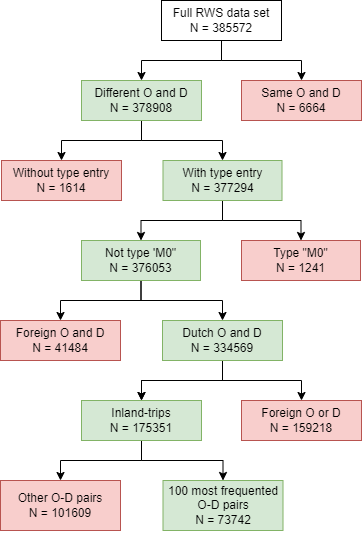
Earlier version of the draw.io export figures/Thesis document/data_selection.png.png (fabiandriessen/Thesis). Source tidied: cells renumbered, new cells last; positions are measured from the earlier drawing's top-left corner, leaving out a move shared by most shapes. The source it was exported from:
```xml
<mxGraphModel>
  <root>
    <mxCell id="0" />
    <mxCell id="1" parent="0" />
    <mxCell id="2" style="edgeStyle=orthogonalEdgeStyle;rounded=0;jettySize=auto;html=1;exitX=0.5;exitY=1;exitDx=0;exitDy=0;" parent="1" edge="1" source="4" target="16">
      <mxGeometry relative="1" as="geometry" />
    </mxCell>
    <mxCell id="3" style="edgeStyle=orthogonalEdgeStyle;rounded=0;jettySize=auto;html=1;exitX=0.5;exitY=1;exitDx=0;exitDy=0;entryX=0.5;entryY=0;entryDx=0;entryDy=0;" parent="1" edge="1" source="4" target="17">
      <mxGeometry relative="1" as="geometry" />
    </mxCell>
    <mxCell id="4" value="Full RWS data set&lt;br&gt;N = 385572" style="rounded=0;whiteSpace=wrap;html=1;" parent="1" vertex="1">
      <mxGeometry x="161" width="120" height="40" as="geometry" />
    </mxCell>
    <mxCell id="5" style="edgeStyle=orthogonalEdgeStyle;rounded=0;jettySize=auto;html=1;exitX=0.5;exitY=1;exitDx=0;exitDy=0;entryX=0.5;entryY=0;entryDx=0;entryDy=0;" parent="1" edge="1" source="7" target="23">
      <mxGeometry relative="1" as="geometry" />
    </mxCell>
    <mxCell id="6" style="edgeStyle=orthogonalEdgeStyle;rounded=0;jettySize=auto;html=1;exitX=0.5;exitY=1;exitDx=0;exitDy=0;" parent="1" edge="1" source="7" target="24">
      <mxGeometry relative="1" as="geometry" />
    </mxCell>
    <mxCell id="7" value="With type entry&lt;br&gt;N = 377294" style="rounded=0;whiteSpace=wrap;html=1;fillColor=#d5e8d4;strokeColor=#82b366;" parent="1" vertex="1">
      <mxGeometry x="162.5" y="160" width="119" height="40" as="geometry" />
    </mxCell>
    <mxCell id="8" value="Without type entry&lt;br&gt;N = 1614" style="rounded=0;whiteSpace=wrap;html=1;fillColor=#f8cecc;strokeColor=#b85450;" parent="1" vertex="1">
      <mxGeometry x="1" y="160" width="120" height="40" as="geometry" />
    </mxCell>
    <mxCell id="9" style="edgeStyle=orthogonalEdgeStyle;rounded=0;jettySize=auto;html=1;exitX=0.5;exitY=1;exitDx=0;exitDy=0;" parent="1" edge="1" source="12" target="27">
      <mxGeometry relative="1" as="geometry" />
    </mxCell>
    <mxCell id="10" style="edgeStyle=orthogonalEdgeStyle;rounded=0;jettySize=auto;html=1;exitX=0.5;exitY=1;exitDx=0;exitDy=0;entryX=0.5;entryY=0;entryDx=0;entryDy=0;" parent="1" edge="1" source="12">
      <mxGeometry relative="1" as="geometry">
        <mxPoint x="141" y="400" as="targetPoint" />
      </mxGeometry>
    </mxCell>
    <mxCell id="11" style="edgeStyle=orthogonalEdgeStyle;rounded=0;jettySize=auto;html=1;exitX=0.5;exitY=1;exitDx=0;exitDy=0;" parent="1" edge="1" source="12" target="28">
      <mxGeometry relative="1" as="geometry" />
    </mxCell>
    <mxCell id="12" value="Dutch O and D&lt;br&gt;N = 334569" style="rounded=0;whiteSpace=wrap;html=1;fillColor=#d5e8d4;strokeColor=#82b366;" parent="1" vertex="1">
      <mxGeometry x="162" y="320" width="120" height="40" as="geometry" />
    </mxCell>
    <mxCell id="13" value="Foreign O and D&lt;br&gt;N = 41484" style="rounded=0;whiteSpace=wrap;html=1;fillColor=#f8cecc;strokeColor=#b85450;" parent="1" vertex="1">
      <mxGeometry y="320" width="120" height="40" as="geometry" />
    </mxCell>
    <mxCell id="14" style="edgeStyle=orthogonalEdgeStyle;rounded=0;jettySize=auto;html=1;exitX=0.5;exitY=1;exitDx=0;exitDy=0;entryX=0.5;entryY=0;entryDx=0;entryDy=0;" parent="1" edge="1" source="16" target="8">
      <mxGeometry relative="1" as="geometry" />
    </mxCell>
    <mxCell id="15" style="edgeStyle=orthogonalEdgeStyle;rounded=0;jettySize=auto;html=1;exitX=0.5;exitY=1;exitDx=0;exitDy=0;" parent="1" edge="1" source="16" target="7">
      <mxGeometry relative="1" as="geometry" />
    </mxCell>
    <mxCell id="16" value="Different O and D&lt;br&gt;N =&amp;nbsp;378908" style="rounded=0;whiteSpace=wrap;html=1;fillColor=#d5e8d4;strokeColor=#82b366;" parent="1" vertex="1">
      <mxGeometry x="81" y="80" width="120" height="40" as="geometry" />
    </mxCell>
    <mxCell id="17" value="Same O and D&lt;br&gt;N =&amp;nbsp;6664" style="rounded=0;whiteSpace=wrap;html=1;fillColor=#f8cecc;strokeColor=#b85450;" parent="1" vertex="1">
      <mxGeometry x="241" y="80" width="120" height="40" as="geometry" />
    </mxCell>
    <mxCell id="18" value="100 most frequented O-D pairs&lt;br&gt;N =&amp;nbsp;73742" style="rounded=0;whiteSpace=wrap;html=1;fillColor=#d5e8d4;strokeColor=#82b366;" parent="1" vertex="1">
      <mxGeometry x="162.5" y="480" width="120" height="50" as="geometry" />
    </mxCell>
    <mxCell id="19" value="Other O-D pairs&lt;br&gt;N =&amp;nbsp;101609" style="rounded=0;whiteSpace=wrap;html=1;fillColor=#f8cecc;strokeColor=#b85450;" parent="1" vertex="1">
      <mxGeometry y="480" width="120" height="50" as="geometry" />
    </mxCell>
    <mxCell id="20" style="edgeStyle=orthogonalEdgeStyle;rounded=0;orthogonalLoop=1;jettySize=auto;html=1;exitX=0.5;exitY=1;exitDx=0;exitDy=0;" parent="1" edge="1" source="18" target="18">
      <mxGeometry relative="1" as="geometry" />
    </mxCell>
    <mxCell id="21" style="edgeStyle=orthogonalEdgeStyle;rounded=0;jettySize=auto;html=1;exitX=0.5;exitY=1;exitDx=0;exitDy=0;entryX=0.5;entryY=0;entryDx=0;entryDy=0;" parent="1" edge="1" source="23" target="12">
      <mxGeometry relative="1" as="geometry" />
    </mxCell>
    <mxCell id="22" style="edgeStyle=orthogonalEdgeStyle;rounded=0;jettySize=auto;html=1;exitX=0.5;exitY=1;exitDx=0;exitDy=0;entryX=0.5;entryY=0;entryDx=0;entryDy=0;" parent="1" edge="1" source="23" target="13">
      <mxGeometry relative="1" as="geometry" />
    </mxCell>
    <mxCell id="23" value="Not type 'M0&quot;&lt;br&gt;N = 376053" style="rounded=0;whiteSpace=wrap;html=1;fillColor=#d5e8d4;strokeColor=#82b366;" parent="1" vertex="1">
      <mxGeometry x="81" y="240" width="119" height="40" as="geometry" />
    </mxCell>
    <mxCell id="24" value="Type &quot;M0&quot;&lt;br&gt;N = 1241" style="rounded=0;whiteSpace=wrap;html=1;fillColor=#f8cecc;strokeColor=#b85450;" parent="1" vertex="1">
      <mxGeometry x="241" y="240" width="119" height="40" as="geometry" />
    </mxCell>
    <mxCell id="25" style="edgeStyle=orthogonalEdgeStyle;rounded=0;jettySize=auto;html=1;exitX=0.5;exitY=1;exitDx=0;exitDy=0;" parent="1" edge="1" source="27" target="19">
      <mxGeometry relative="1" as="geometry" />
    </mxCell>
    <mxCell id="26" style="edgeStyle=orthogonalEdgeStyle;rounded=0;jettySize=auto;html=1;exitX=0.5;exitY=1;exitDx=0;exitDy=0;entryX=0.5;entryY=0;entryDx=0;entryDy=0;" parent="1" edge="1" source="27" target="18">
      <mxGeometry relative="1" as="geometry" />
    </mxCell>
    <mxCell id="27" value="Inland-trips&lt;br&gt;N = 175351" style="rounded=0;whiteSpace=wrap;html=1;fillColor=#d5e8d4;strokeColor=#82b366;" parent="1" vertex="1">
      <mxGeometry x="81" y="400" width="120" height="40" as="geometry" />
    </mxCell>
    <mxCell id="28" value="Foreign O or D&lt;br&gt;N = 159218" style="rounded=0;whiteSpace=wrap;html=1;fillColor=#f8cecc;strokeColor=#b85450;" parent="1" vertex="1">
      <mxGeometry x="241" y="400" width="120" height="40" as="geometry" />
    </mxCell>
  </root>
</mxGraphModel>
```
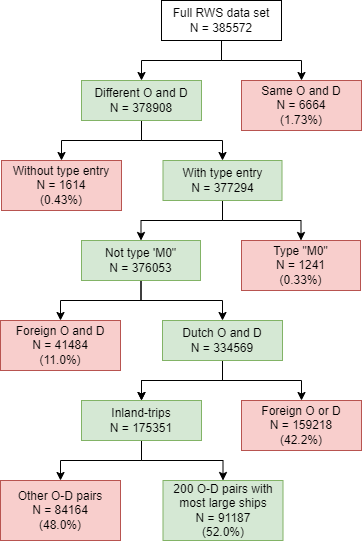
The same file after the commit.

What changed in the source:
```diff
@@ -20,8 +20,8 @@
     <mxCell id="7" value="With type entry&lt;br&gt;N = 377294" style="rounded=0;whiteSpace=wrap;html=1;fillColor=#d5e8d4;strokeColor=#82b366;" parent="1" vertex="1">
       <mxGeometry x="162.5" y="160" width="119" height="40" as="geometry" />
     </mxCell>
-    <mxCell id="8" value="Without type entry&lt;br&gt;N = 1614" style="rounded=0;whiteSpace=wrap;html=1;fillColor=#f8cecc;strokeColor=#b85450;" parent="1" vertex="1">
-      <mxGeometry x="1" y="160" width="120" height="40" as="geometry" />
+    <mxCell id="8" value="Without type entry&lt;br&gt;N = 1614&lt;br&gt;(0.43%)" style="rounded=0;whiteSpace=wrap;html=1;fillColor=#f8cecc;strokeColor=#b85450;" parent="1" vertex="1">
+      <mxGeometry x="1" y="160" width="120" height="50" as="geometry" />
     </mxCell>
     <mxCell id="9" style="edgeStyle=orthogonalEdgeStyle;rounded=0;jettySize=auto;html=1;exitX=0.5;exitY=1;exitDx=0;exitDy=0;" parent="1" edge="1" source="12" target="27">
       <mxGeometry relative="1" as="geometry" />
@@ -34,11 +34,11 @@
     <mxCell id="11" style="edgeStyle=orthogonalEdgeStyle;rounded=0;jettySize=auto;html=1;exitX=0.5;exitY=1;exitDx=0;exitDy=0;" parent="1" edge="1" source="12" target="28">
       <mxGeometry relative="1" as="geometry" />
     </mxCell>
-    <mxCell id="12" value="Dutch O and D&lt;br&gt;N = 334569" style="rounded=0;whiteSpace=wrap;html=1;fillColor=#d5e8d4;strokeColor=#82b366;" parent="1" vertex="1">
+    <mxCell id="12" value="Dutch O and D&lt;br&gt;N =&amp;nbsp;334569" style="rounded=0;whiteSpace=wrap;html=1;fillColor=#d5e8d4;strokeColor=#82b366;" parent="1" vertex="1">
       <mxGeometry x="162" y="320" width="120" height="40" as="geometry" />
     </mxCell>
-    <mxCell id="13" value="Foreign O and D&lt;br&gt;N = 41484" style="rounded=0;whiteSpace=wrap;html=1;fillColor=#f8cecc;strokeColor=#b85450;" parent="1" vertex="1">
-      <mxGeometry y="320" width="120" height="40" as="geometry" />
+    <mxCell id="13" value="Foreign O and D&lt;br&gt;N = 41484&lt;br&gt;(11.0%)" style="rounded=0;whiteSpace=wrap;html=1;fillColor=#f8cecc;strokeColor=#b85450;" parent="1" vertex="1">
+      <mxGeometry y="320" width="120" height="50" as="geometry" />
     </mxCell>
     <mxCell id="14" style="edgeStyle=orthogonalEdgeStyle;rounded=0;jettySize=auto;html=1;exitX=0.5;exitY=1;exitDx=0;exitDy=0;entryX=0.5;entryY=0;entryDx=0;entryDy=0;" parent="1" edge="1" source="16" target="8">
       <mxGeometry relative="1" as="geometry" />
@@ -49,14 +49,14 @@
     <mxCell id="16" value="Different O and D&lt;br&gt;N =&amp;nbsp;378908" style="rounded=0;whiteSpace=wrap;html=1;fillColor=#d5e8d4;strokeColor=#82b366;" parent="1" vertex="1">
       <mxGeometry x="81" y="80" width="120" height="40" as="geometry" />
     </mxCell>
-    <mxCell id="17" value="Same O and D&lt;br&gt;N =&amp;nbsp;6664" style="rounded=0;whiteSpace=wrap;html=1;fillColor=#f8cecc;strokeColor=#b85450;" parent="1" vertex="1">
-      <mxGeometry x="241" y="80" width="120" height="40" as="geometry" />
+    <mxCell id="17" value="Same O and D&lt;br&gt;N =&amp;nbsp;6664&lt;br&gt;(1.73%)" style="rounded=0;whiteSpace=wrap;html=1;fillColor=#f8cecc;strokeColor=#b85450;" parent="1" vertex="1">
+      <mxGeometry x="241" y="80" width="120" height="50" as="geometry" />
     </mxCell>
-    <mxCell id="18" value="100 most frequented O-D pairs&lt;br&gt;N =&amp;nbsp;73742" style="rounded=0;whiteSpace=wrap;html=1;fillColor=#d5e8d4;strokeColor=#82b366;" parent="1" vertex="1">
-      <mxGeometry x="162.5" y="480" width="120" height="50" as="geometry" />
+    <mxCell id="18" value="200 O-D pairs with most large ships&lt;br&gt;N =&amp;nbsp;91187&lt;br&gt;(52.0%)" style="rounded=0;whiteSpace=wrap;html=1;fillColor=#d5e8d4;strokeColor=#82b366;" parent="1" vertex="1">
+      <mxGeometry x="162.5" y="480" width="120" height="60" as="geometry" />
     </mxCell>
-    <mxCell id="19" value="Other O-D pairs&lt;br&gt;N =&amp;nbsp;101609" style="rounded=0;whiteSpace=wrap;html=1;fillColor=#f8cecc;strokeColor=#b85450;" parent="1" vertex="1">
-      <mxGeometry y="480" width="120" height="50" as="geometry" />
+    <mxCell id="19" value="Other O-D pairs&lt;br&gt;N =&amp;nbsp;84164&lt;br&gt;(48.0%)" style="rounded=0;whiteSpace=wrap;html=1;fillColor=#f8cecc;strokeColor=#b85450;" parent="1" vertex="1">
+      <mxGeometry y="480" width="120" height="60" as="geometry" />
     </mxCell>
     <mxCell id="20" style="edgeStyle=orthogonalEdgeStyle;rounded=0;orthogonalLoop=1;jettySize=auto;html=1;exitX=0.5;exitY=1;exitDx=0;exitDy=0;" parent="1" edge="1" source="18" target="18">
       <mxGeometry relative="1" as="geometry" />
@@ -70,8 +70,8 @@
     <mxCell id="23" value="Not type 'M0&quot;&lt;br&gt;N = 376053" style="rounded=0;whiteSpace=wrap;html=1;fillColor=#d5e8d4;strokeColor=#82b366;" parent="1" vertex="1">
       <mxGeometry x="81" y="240" width="119" height="40" as="geometry" />
     </mxCell>
-    <mxCell id="24" value="Type &quot;M0&quot;&lt;br&gt;N = 1241" style="rounded=0;whiteSpace=wrap;html=1;fillColor=#f8cecc;strokeColor=#b85450;" parent="1" vertex="1">
-      <mxGeometry x="241" y="240" width="119" height="40" as="geometry" />
+    <mxCell id="24" value="Type &quot;M0&quot;&lt;br&gt;N = 1241&lt;br&gt;(0.33%)" style="rounded=0;whiteSpace=wrap;html=1;fillColor=#f8cecc;strokeColor=#b85450;" parent="1" vertex="1">
+      <mxGeometry x="241" y="240" width="119" height="50" as="geometry" />
     </mxCell>
     <mxCell id="25" style="edgeStyle=orthogonalEdgeStyle;rounded=0;jettySize=auto;html=1;exitX=0.5;exitY=1;exitDx=0;exitDy=0;" parent="1" edge="1" source="27" target="19">
       <mxGeometry relative="1" as="geometry" />
@@ -82,8 +82,8 @@
     <mxCell id="27" value="Inland-trips&lt;br&gt;N = 175351" style="rounded=0;whiteSpace=wrap;html=1;fillColor=#d5e8d4;strokeColor=#82b366;" parent="1" vertex="1">
       <mxGeometry x="81" y="400" width="120" height="40" as="geometry" />
     </mxCell>
-    <mxCell id="28" value="Foreign O or D&lt;br&gt;N = 159218" style="rounded=0;whiteSpace=wrap;html=1;fillColor=#f8cecc;strokeColor=#b85450;" parent="1" vertex="1">
-      <mxGeometry x="241" y="400" width="120" height="40" as="geometry" />
+    <mxCell id="28" value="Foreign O or D&lt;br&gt;N = 159218&lt;br&gt;(42.2%)" style="rounded=0;whiteSpace=wrap;html=1;fillColor=#f8cecc;strokeColor=#b85450;" parent="1" vertex="1">
+      <mxGeometry x="241" y="400" width="120" height="50" as="geometry" />
     </mxCell>
   </root>
 </mxGraphModel>
```
